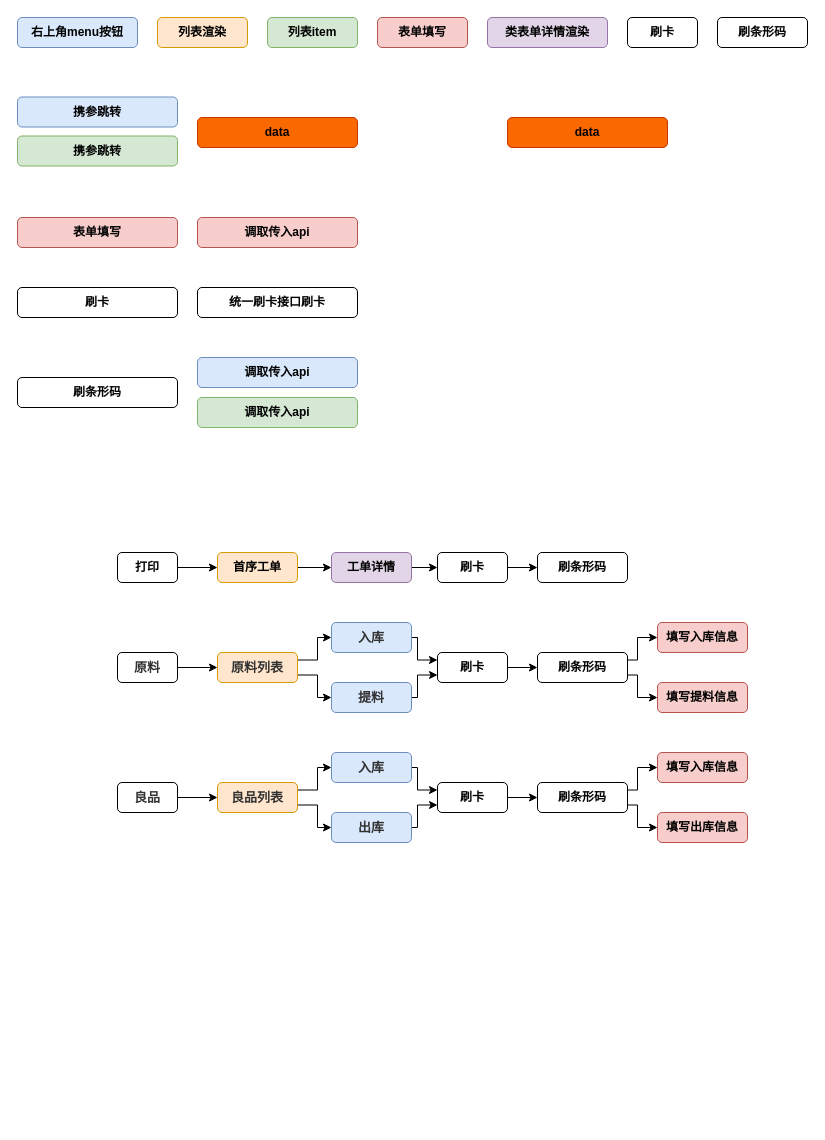
Before: page "第 1 页" (1 of 4) of Untitled Diagram.drawio in RuGxxx/Rug_home_Django, a draw.io diagram. Source tidied: cells renumbered, new cells numbered last; positions are measured from the earlier drawing's top-left corner, leaving out a move shared by most shapes. Both pictures are drawn from the tidied source at 100%, with x=0, y=0 at pixel (17, 17).
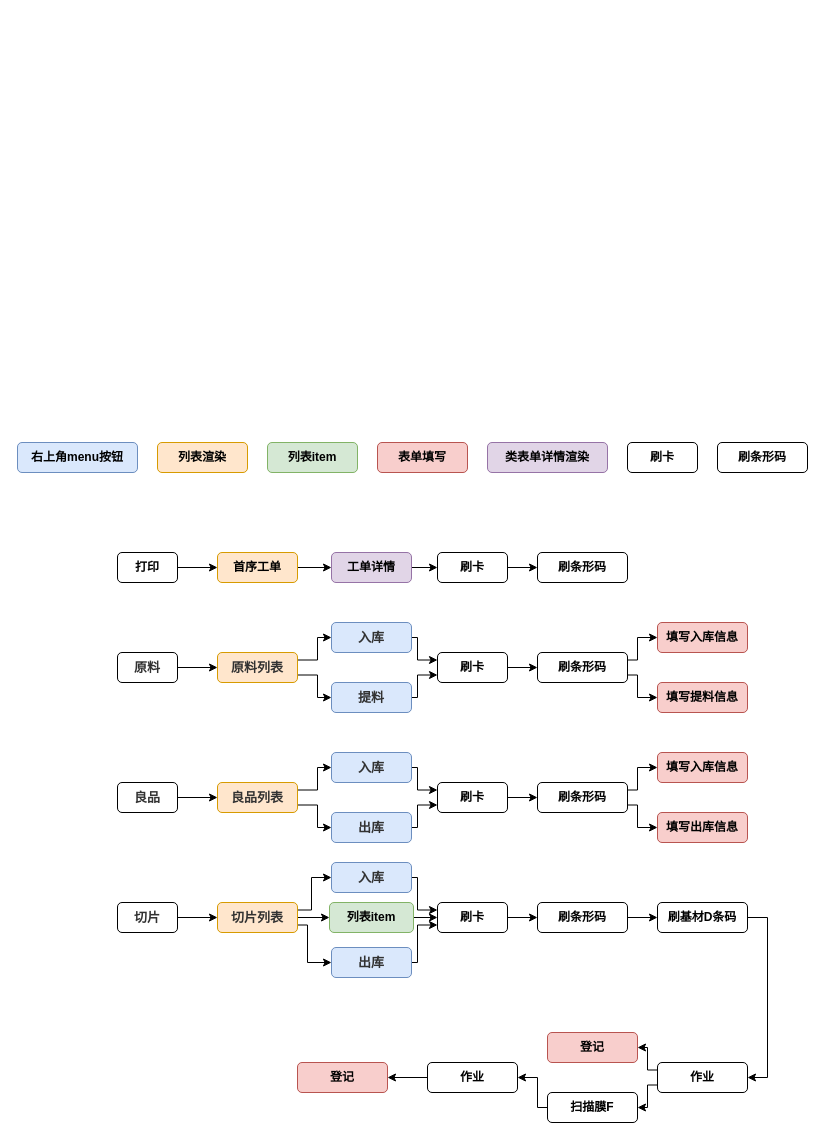
After the change.

What changed in the source:
```diff
@@
     <mxCell id="2" value="右上角menu按钮" style="rounded=1;whiteSpace=wrap;html=1;strokeColor=#6c8ebf;fillColor=#dae8fc;labelBackgroundColor=none;fontStyle=1;" parent="1" vertex="1">
-      <mxGeometry width="120" height="30" as="geometry" />
+      <mxGeometry y="425" width="120" height="30" as="geometry" />
     </mxCell>
     <mxCell id="3" value="列表渲染" style="rounded=1;whiteSpace=wrap;html=1;strokeColor=#d79b00;fillColor=#ffe6cc;labelBackgroundColor=none;fontStyle=1;" parent="1" vertex="1">
-      <mxGeometry x="140" width="90" height="30" as="geometry" />
+      <mxGeometry x="140" y="425" width="90" height="30" as="geometry" />
     </mxCell>
     <mxCell id="4" value="表单填写" style="rounded=1;whiteSpace=wrap;html=1;strokeColor=#b85450;fillColor=#f8cecc;labelBackgroundColor=none;fontStyle=1;" parent="1" vertex="1">
-      <mxGeometry x="360" width="90" height="30" as="geometry" />
+      <mxGeometry x="360" y="425" width="90" height="30" as="geometry" />
     </mxCell>
     <mxCell id="5" value="类表单详情渲染" style="rounded=1;whiteSpace=wrap;html=1;strokeColor=#9673a6;fillColor=#e1d5e7;labelBackgroundColor=none;fontStyle=1;" parent="1" vertex="1">
-      <mxGeometry x="470" width="120" height="30" as="geometry" />
+      <mxGeometry x="470" y="425" width="120" height="30" as="geometry" />
     </mxCell>
     <mxCell id="6" value="刷条形码" style="rounded=1;whiteSpace=wrap;html=1;labelBackgroundColor=none;fontStyle=1;" parent="1" vertex="1">
-      <mxGeometry x="700" width="90" height="30" as="geometry" />
+      <mxGeometry x="700" y="425" width="90" height="30" as="geometry" />
     </mxCell>
@@
     <mxCell id="15" value="刷卡" style="rounded=1;whiteSpace=wrap;html=1;labelBackgroundColor=none;fontStyle=1;" parent="1" vertex="1">
-      <mxGeometry x="610" width="70" height="30" as="geometry" />
+      <mxGeometry x="610" y="425" width="70" height="30" as="geometry" />
     </mxCell>
@@
     <mxCell id="49" value="列表item" style="rounded=1;whiteSpace=wrap;html=1;labelBackgroundColor=none;fontStyle=1;fillColor=#d5e8d4;strokeColor=#82b366;" parent="1" vertex="1">
-      <mxGeometry x="250" width="90" height="30" as="geometry" />
+      <mxGeometry x="250" y="425" width="90" height="30" as="geometry" />
     </mxCell>
-    <mxCell id="50" value="携参跳转" style="rounded=1;whiteSpace=wrap;html=1;strokeColor=#6c8ebf;fillColor=#dae8fc;labelBackgroundColor=none;fontStyle=1;" parent="1" vertex="1">
-      <mxGeometry y="79.5" width="160" height="30" as="geometry" />
-    </mxCell>
-    <mxCell id="51" value="data" style="rounded=1;whiteSpace=wrap;html=1;strokeColor=#C73500;fillColor=#fa6800;labelBackgroundColor=none;fontStyle=1;fontColor=#000000;" parent="1" vertex="1">
-      <mxGeometry x="180" y="100" width="160" height="30" as="geometry" />
-    </mxCell>
-    <mxCell id="52" value="携参跳转" style="rounded=1;whiteSpace=wrap;html=1;labelBackgroundColor=none;fontStyle=1;fillColor=#d5e8d4;strokeColor=#82b366;" parent="1" vertex="1">
-      <mxGeometry y="118.5" width="160" height="30" as="geometry" />
-    </mxCell>
-    <mxCell id="53" value="表单填写" style="rounded=1;whiteSpace=wrap;html=1;strokeColor=#b85450;fillColor=#f8cecc;labelBackgroundColor=none;fontStyle=1;" parent="1" vertex="1">
-      <mxGeometry y="200" width="160" height="30" as="geometry" />
-    </mxCell>
-    <mxCell id="54" value="调取传入api" style="rounded=1;whiteSpace=wrap;html=1;strokeColor=#b85450;fillColor=#f8cecc;labelBackgroundColor=none;fontStyle=1;" parent="1" vertex="1">
-      <mxGeometry x="180" y="200" width="160" height="30" as="geometry" />
-    </mxCell>
+    <mxCell id="61" style="edgeStyle=orthogonalEdgeStyle;rounded=0;jettySize=auto;html=1;exitX=1;exitY=0.5;exitDx=0;exitDy=0;fontColor=#FFFFFF;" parent="1" edge="1" source="62" target="66">
+      <mxGeometry relative="1" as="geometry" />
+    </mxCell>
+    <mxCell id="62" value="&lt;font color=&quot;#323232&quot;&gt;&lt;span style=&quot;font-size: 13px ; background-color: rgba(255 , 255 , 255 , 0.01)&quot;&gt;切片&lt;/span&gt;&lt;/font&gt;" style="rounded=1;whiteSpace=wrap;html=1;labelBackgroundColor=none;fontStyle=1;" parent="1" vertex="1">
+      <mxGeometry x="100" y="885" width="60" height="30" as="geometry" />
+    </mxCell>
+    <mxCell id="63" style="edgeStyle=orthogonalEdgeStyle;rounded=0;jettySize=auto;html=1;exitX=1;exitY=0.25;exitDx=0;exitDy=0;entryX=0;entryY=0.5;entryDx=0;entryDy=0;fontColor=#FFFFFF;" parent="1" edge="1" source="66" target="70">
+      <mxGeometry relative="1" as="geometry">
+        <Array as="points">
+          <mxPoint x="294" y="893" />
+          <mxPoint x="294" y="860" />
+        </Array>
+      </mxGeometry>
+    </mxCell>
+    <mxCell id="64" style="edgeStyle=orthogonalEdgeStyle;rounded=0;jettySize=auto;html=1;exitX=1;exitY=0.75;exitDx=0;exitDy=0;fontColor=#FFFFFF;" parent="1" edge="1" source="66" target="72">
+      <mxGeometry relative="1" as="geometry">
+        <Array as="points">
+          <mxPoint x="290" y="908" />
+          <mxPoint x="290" y="945" />
+        </Array>
+      </mxGeometry>
+    </mxCell>
+    <mxCell id="65" style="edgeStyle=orthogonalEdgeStyle;rounded=0;jettySize=auto;html=1;exitX=1;exitY=0.5;exitDx=0;exitDy=0;entryX=0;entryY=0.5;entryDx=0;entryDy=0;fontColor=#FFFFFF;" parent="1" edge="1" source="66" target="74">
+      <mxGeometry relative="1" as="geometry" />
+    </mxCell>
+    <mxCell id="66" value="&lt;font color=&quot;#323232&quot;&gt;&lt;span style=&quot;font-size: 13px ; background-color: rgba(255 , 255 , 255 , 0.01)&quot;&gt;切片列表&lt;/span&gt;&lt;/font&gt;" style="rounded=1;whiteSpace=wrap;html=1;strokeColor=#d79b00;fillColor=#ffe6cc;labelBackgroundColor=none;fontStyle=1;" parent="1" vertex="1">
+      <mxGeometry x="200" y="885" width="80" height="30" as="geometry" />
+    </mxCell>
+    <mxCell id="67" style="edgeStyle=orthogonalEdgeStyle;rounded=0;jettySize=auto;html=1;exitX=1;exitY=0.5;exitDx=0;exitDy=0;entryX=0;entryY=0.5;entryDx=0;entryDy=0;fontColor=#FFFFFF;" parent="1" edge="1" source="55" target="57">
+      <mxGeometry relative="1" as="geometry" />
+    </mxCell>
     <mxCell id="55" value="刷卡" style="rounded=1;whiteSpace=wrap;html=1;labelBackgroundColor=none;fontStyle=1;" parent="1" vertex="1">
-      <mxGeometry y="270" width="160" height="30" as="geometry" />
+      <mxGeometry x="420" y="885" width="70" height="30" as="geometry" />
     </mxCell>
-    <mxCell id="56" value="统一刷卡接口刷卡" style="rounded=1;whiteSpace=wrap;html=1;labelBackgroundColor=none;fontStyle=1;" parent="1" vertex="1">
-      <mxGeometry x="180" y="270" width="160" height="30" as="geometry" />
-    </mxCell>
+    <mxCell id="68" style="edgeStyle=orthogonalEdgeStyle;rounded=0;jettySize=auto;html=1;exitX=1;exitY=0.5;exitDx=0;exitDy=0;entryX=0;entryY=0.5;entryDx=0;entryDy=0;fontColor=#FFFFFF;" parent="1" edge="1" source="57" target="76">
+      <mxGeometry relative="1" as="geometry" />
+    </mxCell>
     <mxCell id="57" value="刷条形码" style="rounded=1;whiteSpace=wrap;html=1;labelBackgroundColor=none;fontStyle=1;" parent="1" vertex="1">
-      <mxGeometry y="360" width="160" height="30" as="geometry" />
+      <mxGeometry x="520" y="885" width="90" height="30" as="geometry" />
     </mxCell>
-    <mxCell id="58" value="调取传入api" style="rounded=1;whiteSpace=wrap;html=1;strokeColor=#6c8ebf;fillColor=#dae8fc;labelBackgroundColor=none;fontStyle=1;" parent="1" vertex="1">
-      <mxGeometry x="180" y="340" width="160" height="30" as="geometry" />
-    </mxCell>
-    <mxCell id="59" value="调取传入api" style="rounded=1;whiteSpace=wrap;html=1;labelBackgroundColor=none;fontStyle=1;fillColor=#d5e8d4;strokeColor=#82b366;" parent="1" vertex="1">
-      <mxGeometry x="180" y="380" width="160" height="30" as="geometry" />
-    </mxCell>
-    <mxCell id="60" value="data" style="rounded=1;whiteSpace=wrap;html=1;strokeColor=#C73500;fillColor=#fa6800;labelBackgroundColor=none;fontStyle=1;fontColor=#000000;" parent="1" vertex="1">
-      <mxGeometry x="490" y="100" width="160" height="30" as="geometry" />
-    </mxCell>
+    <mxCell id="69" style="edgeStyle=orthogonalEdgeStyle;rounded=0;jettySize=auto;html=1;exitX=1;exitY=0.5;exitDx=0;exitDy=0;entryX=0;entryY=0.25;entryDx=0;entryDy=0;fontColor=#FFFFFF;" parent="1" edge="1" source="70" target="55">
+      <mxGeometry relative="1" as="geometry">
+        <Array as="points">
+          <mxPoint x="400" y="860" />
+          <mxPoint x="400" y="892" />
+        </Array>
+      </mxGeometry>
+    </mxCell>
+    <mxCell id="70" value="&lt;font color=&quot;#323232&quot;&gt;&lt;span style=&quot;font-size: 13px ; background-color: rgba(255 , 255 , 255 , 0.01)&quot;&gt;入库&lt;/span&gt;&lt;/font&gt;" style="rounded=1;whiteSpace=wrap;html=1;strokeColor=#6c8ebf;fillColor=#dae8fc;labelBackgroundColor=none;fontStyle=1;" parent="1" vertex="1">
+      <mxGeometry x="314" y="845" width="80" height="30" as="geometry" />
+    </mxCell>
+    <mxCell id="71" style="edgeStyle=orthogonalEdgeStyle;rounded=0;jettySize=auto;html=1;exitX=1;exitY=0.5;exitDx=0;exitDy=0;entryX=0;entryY=0.75;entryDx=0;entryDy=0;fontColor=#FFFFFF;" parent="1" edge="1" source="72" target="55">
+      <mxGeometry relative="1" as="geometry">
+        <Array as="points">
+          <mxPoint x="400" y="945" />
+          <mxPoint x="400" y="908" />
+        </Array>
+      </mxGeometry>
+    </mxCell>
+    <mxCell id="72" value="&lt;font color=&quot;#323232&quot;&gt;&lt;span style=&quot;font-size: 13px ; background-color: rgba(255 , 255 , 255 , 0.01)&quot;&gt;出库&lt;/span&gt;&lt;/font&gt;" style="rounded=1;whiteSpace=wrap;html=1;strokeColor=#6c8ebf;fillColor=#dae8fc;labelBackgroundColor=none;fontStyle=1;" parent="1" vertex="1">
+      <mxGeometry x="314" y="930" width="80" height="30" as="geometry" />
+    </mxCell>
+    <mxCell id="73" style="edgeStyle=orthogonalEdgeStyle;rounded=0;jettySize=auto;html=1;exitX=1;exitY=0.5;exitDx=0;exitDy=0;entryX=0;entryY=0.5;entryDx=0;entryDy=0;fontColor=#FFFFFF;" parent="1" edge="1" source="74" target="55">
+      <mxGeometry relative="1" as="geometry" />
+    </mxCell>
+    <mxCell id="74" value="列表item" style="rounded=1;whiteSpace=wrap;html=1;labelBackgroundColor=none;fontStyle=1;fillColor=#d5e8d4;strokeColor=#82b366;" parent="1" vertex="1">
+      <mxGeometry x="312" y="885" width="84" height="30" as="geometry" />
+    </mxCell>
+    <mxCell id="75" style="edgeStyle=orthogonalEdgeStyle;rounded=0;jettySize=auto;html=1;exitX=1;exitY=0.5;exitDx=0;exitDy=0;entryX=1;entryY=0.5;entryDx=0;entryDy=0;fontColor=#FFFFFF;" parent="1" edge="1" source="76" target="79">
+      <mxGeometry relative="1" as="geometry" />
+    </mxCell>
+    <mxCell id="76" value="刷基材D条码" style="rounded=1;whiteSpace=wrap;html=1;labelBackgroundColor=none;fontStyle=1;" parent="1" vertex="1">
+      <mxGeometry x="640" y="885" width="90" height="30" as="geometry" />
+    </mxCell>
+    <mxCell id="77" style="edgeStyle=orthogonalEdgeStyle;rounded=0;jettySize=auto;html=1;exitX=0;exitY=0.25;exitDx=0;exitDy=0;entryX=1;entryY=0.5;entryDx=0;entryDy=0;fontColor=#FFFFFF;" parent="1" edge="1" source="79" target="80">
+      <mxGeometry relative="1" as="geometry">
+        <Array as="points">
+          <mxPoint x="630" y="1053" />
+          <mxPoint x="630" y="1030" />
+        </Array>
+      </mxGeometry>
+    </mxCell>
+    <mxCell id="78" style="edgeStyle=orthogonalEdgeStyle;rounded=0;jettySize=auto;html=1;exitX=0;exitY=0.75;exitDx=0;exitDy=0;entryX=1;entryY=0.5;entryDx=0;entryDy=0;fontColor=#FFFFFF;" parent="1" edge="1" source="79" target="82">
+      <mxGeometry relative="1" as="geometry">
+        <Array as="points">
+          <mxPoint x="630" y="1067" />
+          <mxPoint x="630" y="1090" />
+        </Array>
+      </mxGeometry>
+    </mxCell>
+    <mxCell id="79" value="作业" style="rounded=1;whiteSpace=wrap;html=1;labelBackgroundColor=none;fontStyle=1;" parent="1" vertex="1">
+      <mxGeometry x="640" y="1045" width="90" height="30" as="geometry" />
+    </mxCell>
+    <mxCell id="80" value="登记" style="rounded=1;whiteSpace=wrap;html=1;labelBackgroundColor=none;fontStyle=1;fillColor=#f8cecc;strokeColor=#b85450;" parent="1" vertex="1">
+      <mxGeometry x="530" y="1015" width="90" height="30" as="geometry" />
+    </mxCell>
+    <mxCell id="81" style="edgeStyle=orthogonalEdgeStyle;rounded=0;jettySize=auto;html=1;exitX=0;exitY=0.5;exitDx=0;exitDy=0;entryX=1;entryY=0.5;entryDx=0;entryDy=0;fontColor=#FFFFFF;" parent="1" edge="1" source="82" target="84">
+      <mxGeometry relative="1" as="geometry">
+        <Array as="points">
+          <mxPoint x="520" y="1090" />
+          <mxPoint x="520" y="1060" />
+        </Array>
+      </mxGeometry>
+    </mxCell>
+    <mxCell id="82" value="扫描膜F" style="rounded=1;whiteSpace=wrap;html=1;labelBackgroundColor=none;fontStyle=1;" parent="1" vertex="1">
+      <mxGeometry x="530" y="1075" width="90" height="30" as="geometry" />
+    </mxCell>
+    <mxCell id="83" style="edgeStyle=orthogonalEdgeStyle;rounded=0;jettySize=auto;html=1;exitX=0;exitY=0.5;exitDx=0;exitDy=0;entryX=1;entryY=0.5;entryDx=0;entryDy=0;fontColor=#FFFFFF;" parent="1" edge="1" source="84" target="85">
+      <mxGeometry relative="1" as="geometry" />
+    </mxCell>
+    <mxCell id="84" value="作业" style="rounded=1;whiteSpace=wrap;html=1;labelBackgroundColor=none;fontStyle=1;" parent="1" vertex="1">
+      <mxGeometry x="410" y="1045" width="90" height="30" as="geometry" />
+    </mxCell>
+    <mxCell id="85" value="登记" style="rounded=1;whiteSpace=wrap;html=1;labelBackgroundColor=none;fontStyle=1;fillColor=#f8cecc;strokeColor=#b85450;" parent="1" vertex="1">
+      <mxGeometry x="280" y="1045" width="90" height="30" as="geometry" />
+    </mxCell>
```
